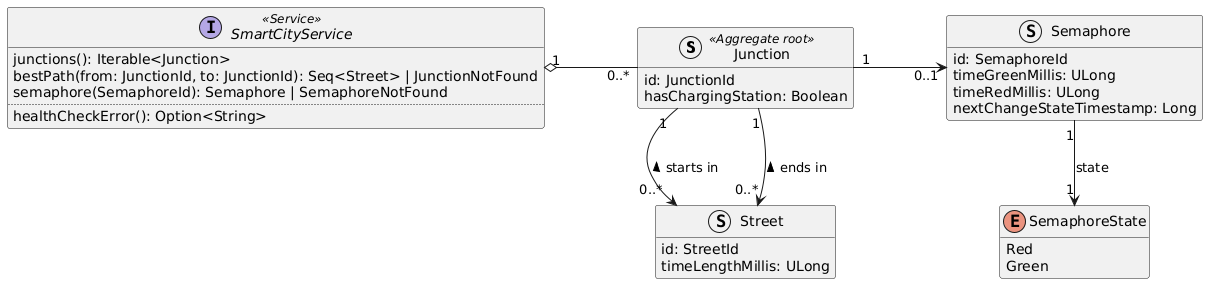
The PlantUML diagram doc/diagrams/smart-city-domain-model.png in Ventus218/SAP-assignment-03, before a commit.
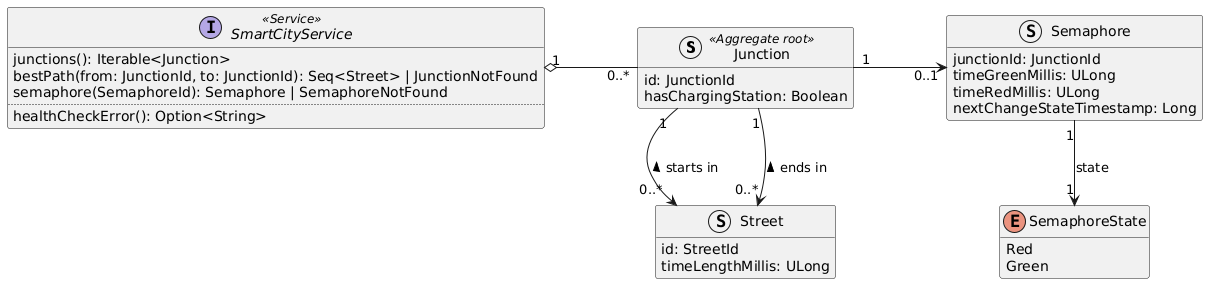
After the change.

Commit message:
Automatically generated PlantUML diagrams

The edit, as a diff of the source:
```diff
@@ -13,7 +13,7 @@
 }
 
 struct Semaphore {
-    id: SemaphoreId
+    junctionId: JunctionId
     timeGreenMillis: ULong
     timeRedMillis: ULong
     nextChangeStateTimestamp: Long
```
